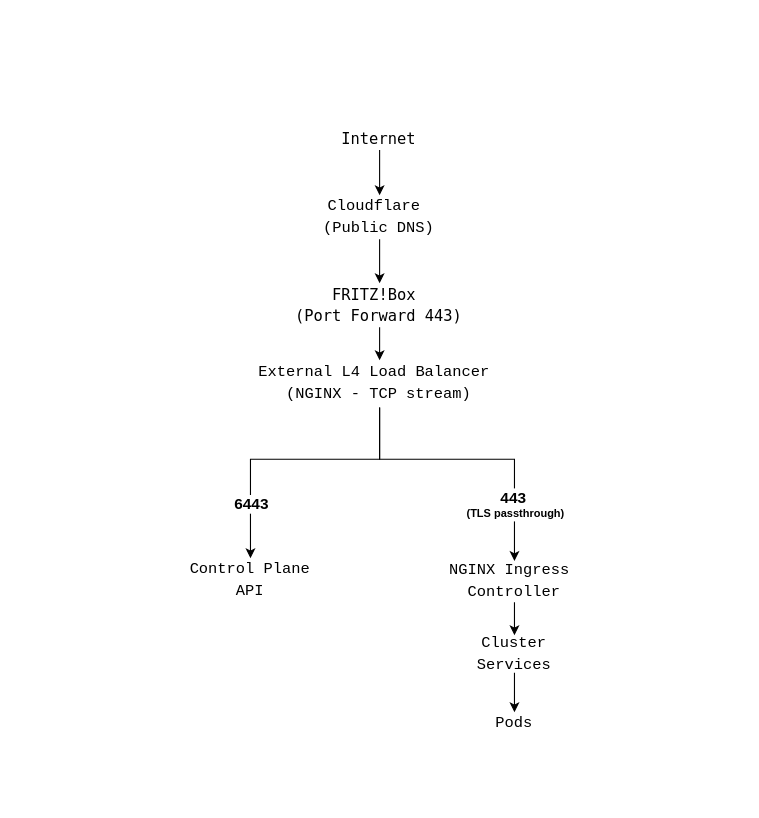
pgermani/k8s-on-proxmox keeps this draw.io diagram as page "request-flow" (2 of 4) of docs/diagrams/architecture.drawio. Above is the earlier version. Source tidied: cells renumbered, new cells numbered last; positions are measured from the earlier drawing's top-left corner, leaving out a move shared by most shapes. Both pictures are drawn from the tidied source at 110%, with x=0, y=0 at pixel (173, 129).
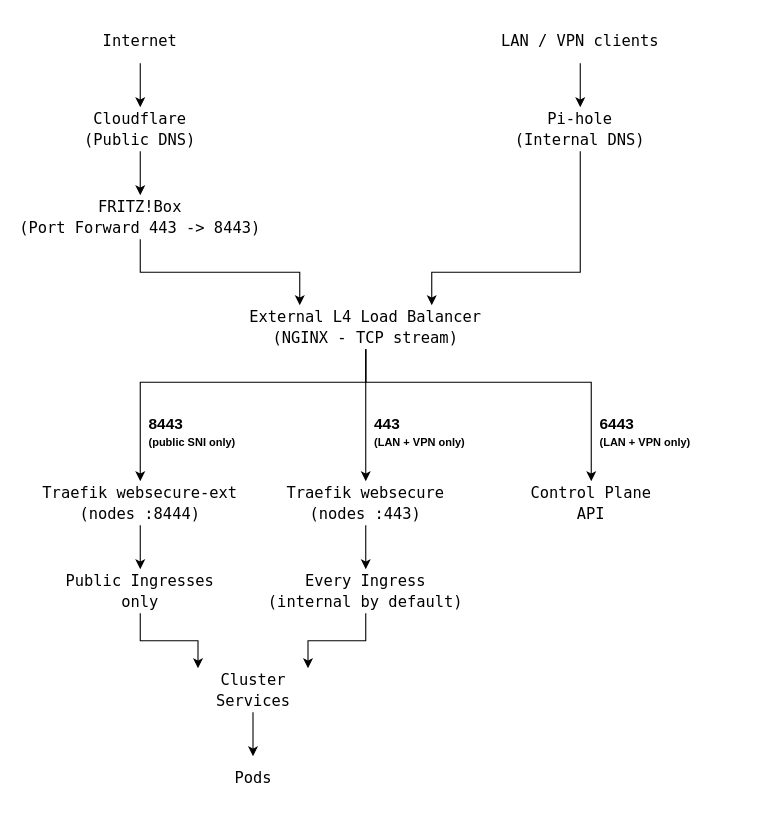
The same diagram, later.

Diff of the diagram source:
```diff
@@
+    <mxCell id="11" value="&lt;div style=&quot;font-family: &amp;quot;Droid Sans Mono&amp;quot;, &amp;quot;monospace&amp;quot;, monospace; font-size: 14px; line-height: 19px; white-space: pre;&quot;&gt;Internet&lt;/div&gt;" style="text;html=1;whiteSpace=wrap;strokeColor=none;fillColor=none;align=center;verticalAlign=middle;rounded=0;" parent="1" vertex="1">
+      <mxGeometry x="-130" y="-100" width="200" height="40" as="geometry" />
+    </mxCell>
+    <mxCell id="10" value="&lt;div style=&quot;font-family: &amp;quot;Droid Sans Mono&amp;quot;, &amp;quot;monospace&amp;quot;, monospace; font-size: 14px; line-height: 19px; white-space: pre;&quot;&gt;Cloudflare&lt;/div&gt;&lt;div style=&quot;font-family: &amp;quot;Droid Sans Mono&amp;quot;, &amp;quot;monospace&amp;quot;, monospace; font-size: 14px; line-height: 19px; white-space: pre;&quot;&gt;(Public DNS)&lt;/div&gt;" style="text;html=1;whiteSpace=wrap;strokeColor=none;fillColor=none;align=center;verticalAlign=middle;rounded=0;" parent="1" vertex="1">
+      <mxGeometry x="-130" y="-20" width="200" height="40" as="geometry" />
+    </mxCell>
+    <mxCell id="19" value="&lt;div style=&quot;font-family: &amp;quot;Droid Sans Mono&amp;quot;, &amp;quot;monospace&amp;quot;, monospace; font-size: 14px; line-height: 19px; white-space: pre;&quot;&gt;FRITZ!Box&lt;/div&gt;&lt;div style=&quot;font-family: &amp;quot;Droid Sans Mono&amp;quot;, &amp;quot;monospace&amp;quot;, monospace; font-size: 14px; line-height: 19px; white-space: pre;&quot;&gt;(Port Forward 443 -&amp;gt; 8443)&lt;/div&gt;" style="text;html=1;whiteSpace=wrap;strokeColor=none;fillColor=none;align=center;verticalAlign=middle;rounded=0;" parent="1" vertex="1">
+      <mxGeometry x="-140" y="60" width="220" height="40" as="geometry" />
+    </mxCell>
+    <mxCell id="20" value="&lt;div style=&quot;font-family: &amp;quot;Droid Sans Mono&amp;quot;, &amp;quot;monospace&amp;quot;, monospace; font-size: 14px; line-height: 19px; white-space: pre;&quot;&gt;LAN / VPN clients&lt;/div&gt;" style="text;html=1;whiteSpace=wrap;strokeColor=none;fillColor=none;align=center;verticalAlign=middle;rounded=0;" parent="1" vertex="1">
+      <mxGeometry x="270" y="-100" width="200" height="40" as="geometry" />
+    </mxCell>
+    <mxCell id="21" value="&lt;div style=&quot;font-family: &amp;quot;Droid Sans Mono&amp;quot;, &amp;quot;monospace&amp;quot;, monospace; font-size: 14px; line-height: 19px; white-space: pre;&quot;&gt;Pi-hole&lt;/div&gt;&lt;div style=&quot;font-family: &amp;quot;Droid Sans Mono&amp;quot;, &amp;quot;monospace&amp;quot;, monospace; font-size: 14px; line-height: 19px; white-space: pre;&quot;&gt;(Internal DNS)&lt;/div&gt;" style="text;html=1;whiteSpace=wrap;strokeColor=none;fillColor=none;align=center;verticalAlign=middle;rounded=0;" parent="1" vertex="1">
+      <mxGeometry x="270" y="-20" width="200" height="40" as="geometry" />
+    </mxCell>
+    <mxCell id="12" value="&lt;div style=&quot;font-family: &amp;quot;Droid Sans Mono&amp;quot;, &amp;quot;monospace&amp;quot;, monospace; font-size: 14px; line-height: 19px; white-space: pre;&quot;&gt;External L4 Load Balancer&lt;/div&gt;&lt;div style=&quot;font-family: &amp;quot;Droid Sans Mono&amp;quot;, &amp;quot;monospace&amp;quot;, monospace; font-size: 14px; line-height: 19px; white-space: pre;&quot;&gt;(NGINX - TCP stream)&lt;/div&gt;" style="text;html=1;whiteSpace=wrap;strokeColor=none;fillColor=none;align=center;verticalAlign=middle;rounded=0;" parent="1" vertex="1">
+      <mxGeometry x="55" y="160" width="240" height="40" as="geometry" />
+    </mxCell>
+    <mxCell id="22" value="&lt;b&gt;&lt;font style=&quot;font-size: 14px;&quot;&gt;8443&lt;/font&gt;&lt;/b&gt;&lt;div&gt;&lt;b&gt;&lt;font style=&quot;font-size: 10px;&quot;&gt;(public SNI only)&lt;/font&gt;&lt;/b&gt;&lt;/div&gt;" style="text;html=1;whiteSpace=wrap;strokeColor=none;fillColor=none;align=left;verticalAlign=middle;rounded=0;" parent="1" vertex="1">
+      <mxGeometry x="-24" y="257" width="130" height="36" as="geometry" />
+    </mxCell>
+    <mxCell id="23" value="&lt;b&gt;&lt;font style=&quot;font-size: 14px;&quot;&gt;443&lt;/font&gt;&lt;/b&gt;&lt;div&gt;&lt;b&gt;&lt;font style=&quot;font-size: 10px;&quot;&gt;(LAN + VPN only)&lt;/font&gt;&lt;/b&gt;&lt;/div&gt;" style="text;html=1;whiteSpace=wrap;strokeColor=none;fillColor=none;align=left;verticalAlign=middle;rounded=0;" parent="1" vertex="1">
+      <mxGeometry x="181" y="257" width="130" height="36" as="geometry" />
+    </mxCell>
+    <mxCell id="24" value="&lt;b&gt;&lt;font style=&quot;font-size: 14px;&quot;&gt;6443&lt;/font&gt;&lt;/b&gt;&lt;div&gt;&lt;b&gt;&lt;font style=&quot;font-size: 10px;&quot;&gt;(LAN + VPN only)&lt;/font&gt;&lt;/b&gt;&lt;/div&gt;" style="text;html=1;whiteSpace=wrap;strokeColor=none;fillColor=none;align=left;verticalAlign=middle;rounded=0;" parent="1" vertex="1">
+      <mxGeometry x="386" y="257" width="130" height="36" as="geometry" />
+    </mxCell>
+    <mxCell id="25" value="&lt;div style=&quot;font-family: &amp;quot;Droid Sans Mono&amp;quot;, &amp;quot;monospace&amp;quot;, monospace; font-size: 14px; line-height: 19px; white-space: pre;&quot;&gt;Traefik websecure-ext&lt;/div&gt;&lt;div style=&quot;font-family: &amp;quot;Droid Sans Mono&amp;quot;, &amp;quot;monospace&amp;quot;, monospace; font-size: 14px; line-height: 19px; white-space: pre;&quot;&gt;(nodes :8444)&lt;/div&gt;" style="text;html=1;whiteSpace=wrap;strokeColor=none;fillColor=none;align=center;verticalAlign=middle;rounded=0;" parent="1" vertex="1">
+      <mxGeometry x="-130" y="320" width="200" height="40" as="geometry" />
+    </mxCell>
+    <mxCell id="26" value="&lt;div style=&quot;font-family: &amp;quot;Droid Sans Mono&amp;quot;, &amp;quot;monospace&amp;quot;, monospace; font-size: 14px; line-height: 19px; white-space: pre;&quot;&gt;Traefik websecure&lt;/div&gt;&lt;div style=&quot;font-family: &amp;quot;Droid Sans Mono&amp;quot;, &amp;quot;monospace&amp;quot;, monospace; font-size: 14px; line-height: 19px; white-space: pre;&quot;&gt;(nodes :443)&lt;/div&gt;" style="text;html=1;whiteSpace=wrap;strokeColor=none;fillColor=none;align=center;verticalAlign=middle;rounded=0;" parent="1" vertex="1">
+      <mxGeometry x="75" y="320" width="200" height="40" as="geometry" />
+    </mxCell>
+    <mxCell id="17" value="&lt;div style=&quot;font-family: &amp;quot;Droid Sans Mono&amp;quot;, &amp;quot;monospace&amp;quot;, monospace; font-size: 14px; line-height: 19px; white-space: pre;&quot;&gt;Control Plane&lt;/div&gt;&lt;div style=&quot;font-family: &amp;quot;Droid Sans Mono&amp;quot;, &amp;quot;monospace&amp;quot;, monospace; font-size: 14px; line-height: 19px; white-space: pre;&quot;&gt;API&lt;/div&gt;" style="text;html=1;whiteSpace=wrap;strokeColor=none;fillColor=none;align=center;verticalAlign=middle;rounded=0;" parent="1" vertex="1">
+      <mxGeometry x="280" y="320" width="200" height="40" as="geometry" />
+    </mxCell>
+    <mxCell id="27" value="&lt;div style=&quot;font-family: &amp;quot;Droid Sans Mono&amp;quot;, &amp;quot;monospace&amp;quot;, monospace; font-size: 14px; line-height: 19px; white-space: pre;&quot;&gt;Public Ingresses&lt;/div&gt;&lt;div style=&quot;font-family: &amp;quot;Droid Sans Mono&amp;quot;, &amp;quot;monospace&amp;quot;, monospace; font-size: 14px; line-height: 19px; white-space: pre;&quot;&gt;only&lt;/div&gt;" style="text;html=1;whiteSpace=wrap;strokeColor=none;fillColor=none;align=center;verticalAlign=middle;rounded=0;" parent="1" vertex="1">
+      <mxGeometry x="-130" y="400" width="200" height="40" as="geometry" />
+    </mxCell>
+    <mxCell id="28" value="&lt;div style=&quot;font-family: &amp;quot;Droid Sans Mono&amp;quot;, &amp;quot;monospace&amp;quot;, monospace; font-size: 14px; line-height: 19px; white-space: pre;&quot;&gt;Every Ingress&lt;/div&gt;&lt;div style=&quot;font-family: &amp;quot;Droid Sans Mono&amp;quot;, &amp;quot;monospace&amp;quot;, monospace; font-size: 14px; line-height: 19px; white-space: pre;&quot;&gt;(internal by default)&lt;/div&gt;" style="text;html=1;whiteSpace=wrap;strokeColor=none;fillColor=none;align=center;verticalAlign=middle;rounded=0;" parent="1" vertex="1">
+      <mxGeometry x="75" y="400" width="200" height="40" as="geometry" />
+    </mxCell>
+    <mxCell id="16" value="&lt;div style=&quot;font-family: &amp;quot;Droid Sans Mono&amp;quot;, &amp;quot;monospace&amp;quot;, monospace; font-size: 14px; line-height: 19px; white-space: pre;&quot;&gt;Cluster&lt;/div&gt;&lt;div style=&quot;font-family: &amp;quot;Droid Sans Mono&amp;quot;, &amp;quot;monospace&amp;quot;, monospace; font-size: 14px; line-height: 19px; white-space: pre;&quot;&gt;Services&lt;/div&gt;" style="text;html=1;whiteSpace=wrap;strokeColor=none;fillColor=none;align=center;verticalAlign=middle;rounded=0;" parent="1" vertex="1">
+      <mxGeometry x="-27.5" y="490" width="200" height="40" as="geometry" />
+    </mxCell>
+    <mxCell id="18" value="&lt;div style=&quot;font-family: &amp;quot;Droid Sans Mono&amp;quot;, &amp;quot;monospace&amp;quot;, monospace; font-size: 14px; line-height: 19px; white-space: pre;&quot;&gt;Pods&lt;/div&gt;" style="text;html=1;whiteSpace=wrap;strokeColor=none;fillColor=none;align=center;verticalAlign=middle;rounded=0;" parent="1" vertex="1">
+      <mxGeometry x="-27.5" y="570" width="200" height="40" as="geometry" />
+    </mxCell>
@@
-    <mxCell id="3" style="edgeStyle=orthogonalEdgeStyle;rounded=0;jettySize=auto;html=1;entryX=0.5;entryY=0;entryDx=0;entryDy=0;exitX=0.5;exitY=1;exitDx=0;exitDy=0;" parent="1" edge="1" source="10" target="9">
-      <mxGeometry relative="1" as="geometry" />
-    </mxCell>
-    <mxCell id="4" style="edgeStyle=orthogonalEdgeStyle;rounded=0;jettySize=auto;html=1;exitX=0.5;exitY=1;exitDx=0;exitDy=0;entryX=0.5;entryY=0;entryDx=0;entryDy=0;" parent="1" edge="1" source="9" target="12">
-      <mxGeometry relative="1" as="geometry" />
-    </mxCell>
+    <mxCell id="29" style="edgeStyle=orthogonalEdgeStyle;rounded=0;jettySize=auto;html=1;exitX=0.5;exitY=1;exitDx=0;exitDy=0;entryX=0.5;entryY=0;entryDx=0;entryDy=0;" parent="1" edge="1" source="10" target="19">
+      <mxGeometry relative="1" as="geometry" />
+    </mxCell>
+    <mxCell id="30" style="edgeStyle=orthogonalEdgeStyle;rounded=0;jettySize=auto;html=1;exitX=0.5;exitY=1;exitDx=0;exitDy=0;entryX=0.25;entryY=0;entryDx=0;entryDy=0;" parent="1" edge="1" source="19" target="12">
+      <mxGeometry relative="1" as="geometry">
+        <Array as="points">
+          <mxPoint x="-30" y="130" />
+          <mxPoint x="115" y="130" />
+        </Array>
+      </mxGeometry>
+    </mxCell>
+    <mxCell id="31" style="edgeStyle=orthogonalEdgeStyle;rounded=0;jettySize=auto;html=1;exitX=0.5;exitY=1;exitDx=0;exitDy=0;entryX=0.5;entryY=0;entryDx=0;entryDy=0;" parent="1" edge="1" source="20" target="21">
+      <mxGeometry relative="1" as="geometry" />
+    </mxCell>
+    <mxCell id="32" style="edgeStyle=orthogonalEdgeStyle;rounded=0;jettySize=auto;html=1;exitX=0.5;exitY=1;exitDx=0;exitDy=0;entryX=0.75;entryY=0;entryDx=0;entryDy=0;" parent="1" edge="1" source="21" target="12">
+      <mxGeometry relative="1" as="geometry">
+        <Array as="points">
+          <mxPoint x="370" y="130" />
+          <mxPoint x="235" y="130" />
+        </Array>
+      </mxGeometry>
+    </mxCell>
+    <mxCell id="33" style="edgeStyle=orthogonalEdgeStyle;rounded=0;jettySize=auto;html=1;exitX=0.5;exitY=1;exitDx=0;exitDy=0;entryX=0.5;entryY=0;entryDx=0;entryDy=0;" parent="1" edge="1" source="12" target="25">
+      <mxGeometry relative="1" as="geometry">
+        <Array as="points">
+          <mxPoint x="175" y="230" />
+          <mxPoint x="-30" y="230" />
+        </Array>
+      </mxGeometry>
+    </mxCell>
+    <mxCell id="34" style="edgeStyle=orthogonalEdgeStyle;rounded=0;jettySize=auto;html=1;exitX=0.5;exitY=1;exitDx=0;exitDy=0;entryX=0.5;entryY=0;entryDx=0;entryDy=0;" parent="1" edge="1" source="12" target="26">
+      <mxGeometry relative="1" as="geometry" />
+    </mxCell>
     <mxCell id="5" style="edgeStyle=orthogonalEdgeStyle;rounded=0;jettySize=auto;html=1;exitX=0.5;exitY=1;exitDx=0;exitDy=0;entryX=0.5;entryY=0;entryDx=0;entryDy=0;" parent="1" edge="1" source="12" target="17">
       <mxGeometry relative="1" as="geometry">
         <Array as="points">
-          <mxPoint x="188" y="300" />
-          <mxPoint x="70" y="300" />
+          <mxPoint x="175" y="230" />
+          <mxPoint x="380" y="230" />
         </Array>
       </mxGeometry>
     </mxCell>
-    <mxCell id="6" value="&lt;b&gt;&lt;font style=&quot;font-size: 14px;&quot;&gt;6443&lt;/font&gt;&lt;/b&gt;" style="edgeLabel;html=1;align=center;verticalAlign=middle;" parent="5" vertex="1">
-      <mxGeometry x="0.82" relative="1" as="geometry">
-        <mxPoint y="-27" as="offset" />
-      </mxGeometry>
-    </mxCell>
-    <mxCell id="7" style="edgeStyle=orthogonalEdgeStyle;rounded=0;jettySize=auto;html=1;entryX=0.5;entryY=0;entryDx=0;entryDy=0;exitX=0.5;exitY=1;exitDx=0;exitDy=0;" parent="1" edge="1" source="12" target="14">
-      <mxGeometry relative="1" as="geometry">
-        <Array as="points">
-          <mxPoint x="188" y="300" />
-          <mxPoint x="310" y="300" />
-          <mxPoint x="310" y="393" />
-        </Array>
-      </mxGeometry>
-    </mxCell>
-    <mxCell id="8" value="&lt;b&gt;&lt;font style=&quot;font-size: 14px;&quot;&gt;443&amp;nbsp;&lt;/font&gt;&lt;/b&gt;&lt;div&gt;&lt;b&gt;&lt;font style=&quot;font-size: 10px;&quot;&gt;(TLS passthrough)&lt;/font&gt;&lt;/b&gt;&lt;/div&gt;" style="edgeLabel;html=1;align=center;verticalAlign=middle;" parent="7" vertex="1">
-      <mxGeometry x="-0.2" y="3" relative="1" as="geometry">
-        <mxPoint x="65" y="43" as="offset" />
-      </mxGeometry>
-    </mxCell>
-    <mxCell id="9" value="&lt;div style=&quot;font-family: &amp;quot;Droid Sans Mono&amp;quot;, &amp;quot;monospace&amp;quot;, monospace; font-size: 14px; line-height: 19px; white-space: pre;&quot;&gt;&lt;font&gt;FRITZ!Box &lt;/font&gt;&lt;/div&gt;&lt;div style=&quot;font-family: &amp;quot;Droid Sans Mono&amp;quot;, &amp;quot;monospace&amp;quot;, monospace; font-size: 14px; line-height: 19px; white-space: pre;&quot;&gt;&lt;font&gt;(Port Forward 443)&lt;/font&gt;&lt;/div&gt;" style="text;html=1;whiteSpace=wrap;strokeColor=none;fillColor=none;align=center;verticalAlign=middle;rounded=0;" parent="1" vertex="1">
-      <mxGeometry x="117.4" y="140" width="140.4" height="40" as="geometry" />
-    </mxCell>
-    <mxCell id="10" value="&lt;div style=&quot;line-height: 19px;&quot;&gt;&lt;font face=&quot;Droid Sans Mono, monospace, monospace&quot;&gt;&lt;span style=&quot;font-size: 14px; white-space: pre;&quot;&gt;Cloudflare &lt;/span&gt;&lt;/font&gt;&lt;/div&gt;&lt;div style=&quot;line-height: 19px;&quot;&gt;&lt;font face=&quot;Droid Sans Mono, monospace, monospace&quot;&gt;&lt;span style=&quot;font-size: 14px; white-space: pre;&quot;&gt;(Public DNS)&lt;/span&gt;&lt;/font&gt;&lt;/div&gt;" style="text;html=1;whiteSpace=wrap;strokeColor=none;fillColor=none;align=center;verticalAlign=middle;rounded=0;" parent="1" vertex="1">
-      <mxGeometry x="117.4" y="60" width="140.4" height="40" as="geometry" />
-    </mxCell>
-    <mxCell id="11" value="&lt;div style=&quot;font-family: &amp;quot;Droid Sans Mono&amp;quot;, &amp;quot;monospace&amp;quot;, monospace; font-size: 14px; line-height: 19px; white-space: pre;&quot;&gt;Internet&lt;/div&gt;" style="text;html=1;whiteSpace=wrap;strokeColor=none;fillColor=none;align=center;verticalAlign=middle;rounded=0;" parent="1" vertex="1">
-      <mxGeometry x="117.4" width="140.4" height="18.8" as="geometry" />
-    </mxCell>
-    <mxCell id="12" value="&lt;div style=&quot;line-height: 19px;&quot;&gt;&lt;span style=&quot;background-color: transparent; font-size: 14px; white-space: pre;&quot;&gt;&lt;font face=&quot;Droid Sans Mono, monospace, monospace&quot;&gt;External &lt;/font&gt;&lt;/span&gt;&lt;font face=&quot;Droid Sans Mono, monospace, monospace&quot;&gt;&lt;span style=&quot;font-size: 14px; white-space: pre;&quot;&gt;L4 Load Balancer &lt;/span&gt;&lt;/font&gt;&lt;/div&gt;&lt;div style=&quot;line-height: 19px;&quot;&gt;&lt;font face=&quot;Droid Sans Mono, monospace, monospace&quot;&gt;&lt;span style=&quot;font-size: 14px; white-space: pre;&quot;&gt;(NGINX - TCP stream)&lt;/span&gt;&lt;/font&gt;&lt;/div&gt;" style="text;html=1;whiteSpace=wrap;strokeColor=none;fillColor=none;align=center;verticalAlign=middle;rounded=0;" parent="1" vertex="1">
-      <mxGeometry x="117.4" y="210" width="140.4" height="42.9" as="geometry" />
-    </mxCell>
-    <mxCell id="13" style="edgeStyle=orthogonalEdgeStyle;rounded=0;jettySize=auto;html=1;entryX=0.5;entryY=0;entryDx=0;entryDy=0;" parent="1" edge="1" source="14" target="16">
-      <mxGeometry relative="1" as="geometry" />
-    </mxCell>
-    <mxCell id="14" value="&lt;div style=&quot;line-height: 19px;&quot;&gt;&lt;font face=&quot;Droid Sans Mono, monospace, monospace&quot;&gt;&lt;span style=&quot;font-size: 14px; white-space: pre;&quot;&gt;NGINX Ingress &lt;/span&gt;&lt;/font&gt;&lt;/div&gt;&lt;div style=&quot;line-height: 19px;&quot;&gt;&lt;font face=&quot;Droid Sans Mono, monospace, monospace&quot;&gt;&lt;span style=&quot;font-size: 14px; white-space: pre;&quot;&gt;Controller&lt;/span&gt;&lt;/font&gt;&lt;/div&gt;" style="text;html=1;whiteSpace=wrap;strokeColor=none;fillColor=none;align=center;verticalAlign=middle;rounded=0;" parent="1" vertex="1">
-      <mxGeometry x="240" y="392.5" width="140.4" height="37.5" as="geometry" />
-    </mxCell>
+    <mxCell id="35" style="edgeStyle=orthogonalEdgeStyle;rounded=0;jettySize=auto;html=1;exitX=0.5;exitY=1;exitDx=0;exitDy=0;entryX=0.5;entryY=0;entryDx=0;entryDy=0;" parent="1" edge="1" source="25" target="27">
+      <mxGeometry relative="1" as="geometry" />
+    </mxCell>
+    <mxCell id="36" style="edgeStyle=orthogonalEdgeStyle;rounded=0;jettySize=auto;html=1;exitX=0.5;exitY=1;exitDx=0;exitDy=0;entryX=0.5;entryY=0;entryDx=0;entryDy=0;" parent="1" edge="1" source="26" target="28">
+      <mxGeometry relative="1" as="geometry" />
+    </mxCell>
+    <mxCell id="37" style="edgeStyle=orthogonalEdgeStyle;rounded=0;jettySize=auto;html=1;exitX=0.5;exitY=1;exitDx=0;exitDy=0;entryX=0.25;entryY=0;entryDx=0;entryDy=0;" parent="1" edge="1" source="27" target="16">
+      <mxGeometry relative="1" as="geometry">
+        <Array as="points">
+          <mxPoint x="-30" y="465" />
+          <mxPoint x="22.5" y="465" />
+        </Array>
+      </mxGeometry>
+    </mxCell>
+    <mxCell id="38" style="edgeStyle=orthogonalEdgeStyle;rounded=0;jettySize=auto;html=1;exitX=0.5;exitY=1;exitDx=0;exitDy=0;entryX=0.75;entryY=0;entryDx=0;entryDy=0;" parent="1" edge="1" source="28" target="16">
+      <mxGeometry relative="1" as="geometry">
+        <Array as="points">
+          <mxPoint x="175" y="465" />
+          <mxPoint x="122.5" y="465" />
+        </Array>
+      </mxGeometry>
+    </mxCell>
-    <mxCell id="15" style="edgeStyle=orthogonalEdgeStyle;rounded=0;jettySize=auto;html=1;entryX=0.5;entryY=0;entryDx=0;entryDy=0;" parent="1" edge="1" source="16" target="18">
+    <mxCell id="15" style="edgeStyle=orthogonalEdgeStyle;rounded=0;jettySize=auto;html=1;exitX=0.5;exitY=1;exitDx=0;exitDy=0;entryX=0.5;entryY=0;entryDx=0;entryDy=0;" parent="1" edge="1" source="16" target="18">
       <mxGeometry relative="1" as="geometry" />
     </mxCell>
-    <mxCell id="16" value="&lt;div style=&quot;line-height: 19px;&quot;&gt;&lt;font face=&quot;Droid Sans Mono, monospace, monospace&quot;&gt;&lt;span style=&quot;font-size: 14px; white-space: pre;&quot;&gt;Cluster&lt;/span&gt;&lt;/font&gt;&lt;/div&gt;&lt;div style=&quot;line-height: 19px;&quot;&gt;&lt;font face=&quot;Droid Sans Mono, monospace, monospace&quot;&gt;&lt;span style=&quot;font-size: 14px; white-space: pre;&quot;&gt;Services&lt;/span&gt;&lt;/font&gt;&lt;/div&gt;" style="text;html=1;whiteSpace=wrap;strokeColor=none;fillColor=none;align=center;verticalAlign=middle;rounded=0;" parent="1" vertex="1">
-      <mxGeometry x="240" y="460" width="140.4" height="34" as="geometry" />
-    </mxCell>
-    <mxCell id="17" value="&lt;div style=&quot;line-height: 19px;&quot;&gt;&lt;font face=&quot;Droid Sans Mono, monospace, monospace&quot;&gt;&lt;span style=&quot;font-size: 14px; white-space: pre;&quot;&gt;Control Plane&lt;/span&gt;&lt;/font&gt;&lt;/div&gt;&lt;div style=&quot;line-height: 19px;&quot;&gt;&lt;font face=&quot;Droid Sans Mono, monospace, monospace&quot;&gt;&lt;span style=&quot;font-size: 14px; white-space: pre;&quot;&gt;API&lt;/span&gt;&lt;/font&gt;&lt;/div&gt;" style="text;html=1;whiteSpace=wrap;strokeColor=none;fillColor=none;align=center;verticalAlign=middle;rounded=0;" parent="1" vertex="1">
-      <mxGeometry y="390" width="140.4" height="40" as="geometry" />
-    </mxCell>
-    <mxCell id="18" value="&lt;div style=&quot;line-height: 19px;&quot;&gt;&lt;font face=&quot;Droid Sans Mono, monospace, monospace&quot;&gt;&lt;span style=&quot;font-size: 14px; white-space: pre;&quot;&gt;Pods&lt;/span&gt;&lt;/font&gt;&lt;/div&gt;" style="text;html=1;whiteSpace=wrap;strokeColor=none;fillColor=none;align=center;verticalAlign=middle;rounded=0;" parent="1" vertex="1">
-      <mxGeometry x="240" y="530" width="140.4" height="20" as="geometry" />
-    </mxCell>
```
